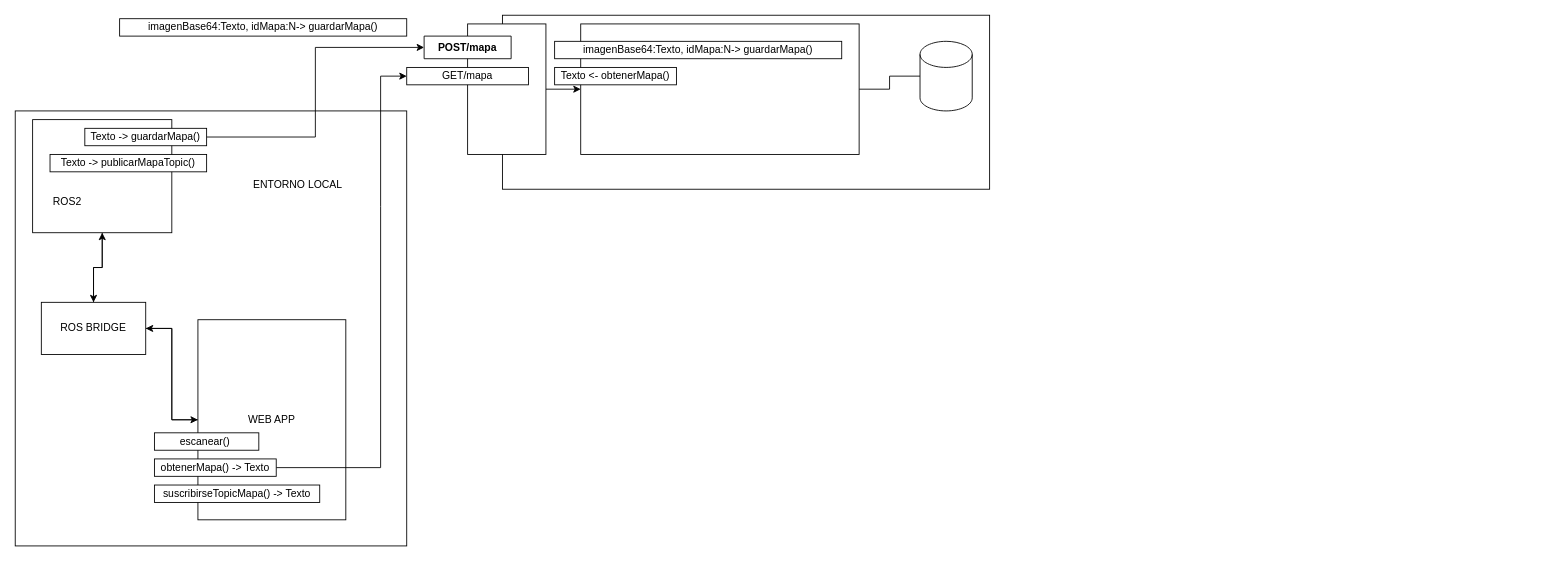
This is page "Logica Negocio" (1 of 2) of doc/DiagramaBloques.drawio from GTI-3B-ProyectoRobotica/Automatix-Backend, a draw.io file, before an edit. Source tidied: cells renumbered, new cells numbered last; positions are measured from the earlier drawing's top-left corner, leaving out a move shared by most shapes. Both pictures are drawn from the tidied source at 87%, with x=0, y=0 at pixel (15, 15).
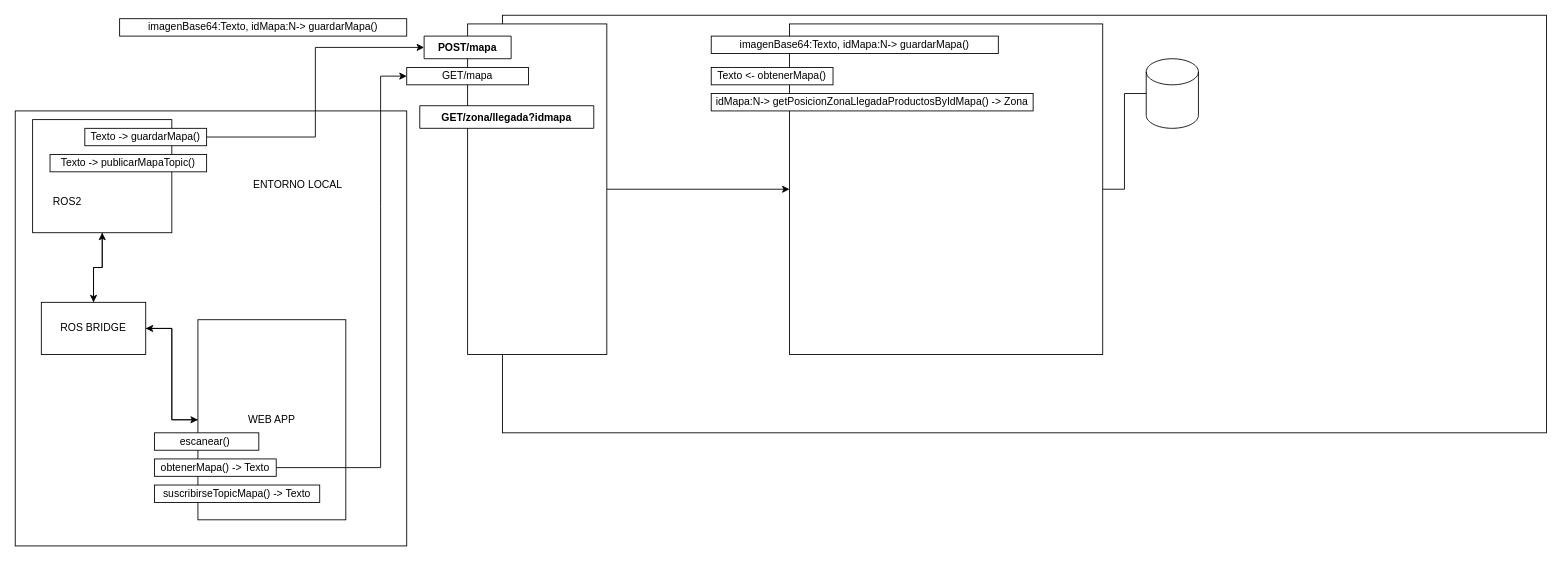
The same page after the edit.

Commit message (it also covers changes not shown here):
AX - H5 - 2 Funcion getZonaLlegadaByIdMapa y Peticion Get/zona/llegada

What changed in the source:
```diff
@@
     <mxCell id="2" style="rounded=0;whiteSpace=wrap;html=1;" parent="1" vertex="1">
-      <mxGeometry x="560" width="560" height="200" as="geometry" />
+      <mxGeometry x="560" width="1200" height="480" as="geometry" />
     </mxCell>
@@
     <mxCell id="8" style="shape=cylinder3;whiteSpace=wrap;html=1;boundedLbl=1;backgroundOutline=1;size=15;" parent="1" vertex="1">
-      <mxGeometry x="1040" y="30" width="60" height="80" as="geometry" />
+      <mxGeometry x="1300" y="50" width="60" height="80" as="geometry" />
     </mxCell>
@@
     <mxCell id="10" style="rounded=0;whiteSpace=wrap;html=1;" parent="1" vertex="1">
-      <mxGeometry x="520" y="10" width="90" height="150" as="geometry" />
+      <mxGeometry x="520" y="10" width="160" height="380" as="geometry" />
     </mxCell>
     <mxCell id="11" style="rounded=0;whiteSpace=wrap;html=1;" parent="1" vertex="1">
-      <mxGeometry x="650" y="10" width="320" height="150" as="geometry" />
+      <mxGeometry x="890" y="10" width="360" height="380" as="geometry" />
     </mxCell>
@@
     <mxCell id="13" value="imagenBase64:Texto, idMapa:N-&amp;gt; guardarMapa()" style="rounded=0;whiteSpace=wrap;html=1;" parent="1" vertex="1">
-      <mxGeometry x="620" y="30" width="330" height="20" as="geometry" />
+      <mxGeometry x="800" y="24" width="330" height="20" as="geometry" />
     </mxCell>
     <mxCell id="14" value="Texto &amp;lt;- obtenerMapa()" style="rounded=0;whiteSpace=wrap;html=1;" parent="1" vertex="1">
-      <mxGeometry x="620" y="60" width="140" height="20" as="geometry" />
+      <mxGeometry x="800" y="60" width="140" height="20" as="geometry" />
     </mxCell>
@@
+    <mxCell id="30" value="idMapa:N-&amp;gt; getPosicionZonaLlegadaProductosByIdMapa() -&amp;gt; Zona" style="rounded=0;whiteSpace=wrap;html=1;" parent="1" vertex="1">
+      <mxGeometry x="800" y="90" width="370" height="20" as="geometry" />
+    </mxCell>
+    <mxCell id="31" value="GET/zona/llegada?idmapa" style="swimlane;fontStyle=1;align=center;verticalAlign=top;horizontal=1;startSize=26;" parent="1" vertex="1" collapsed="1">
+      <mxGeometry x="465" y="104" width="200" height="26" as="geometry" />
+    </mxCell>
```
